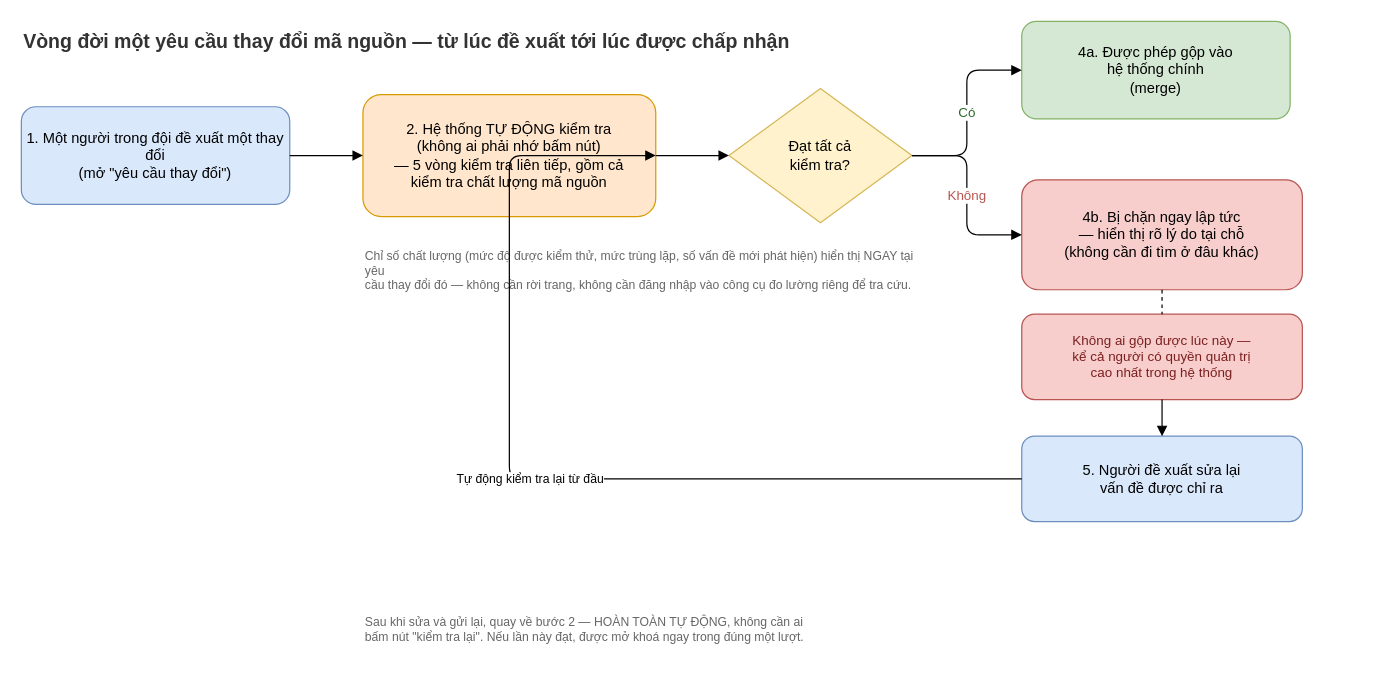
Earlier version of the draw.io diagram docs/diagrams/013-quality-gate-flow-nghiep-vu.drawio (nmhieuit/ecommerce). Source tidied: cells renumbered, new cells numbered last; positions are measured from the earlier drawing's top-left corner, leaving out a move shared by most shapes. Both pictures are drawn from the tidied source at 122%, with x=0, y=0 at pixel (21, 21).
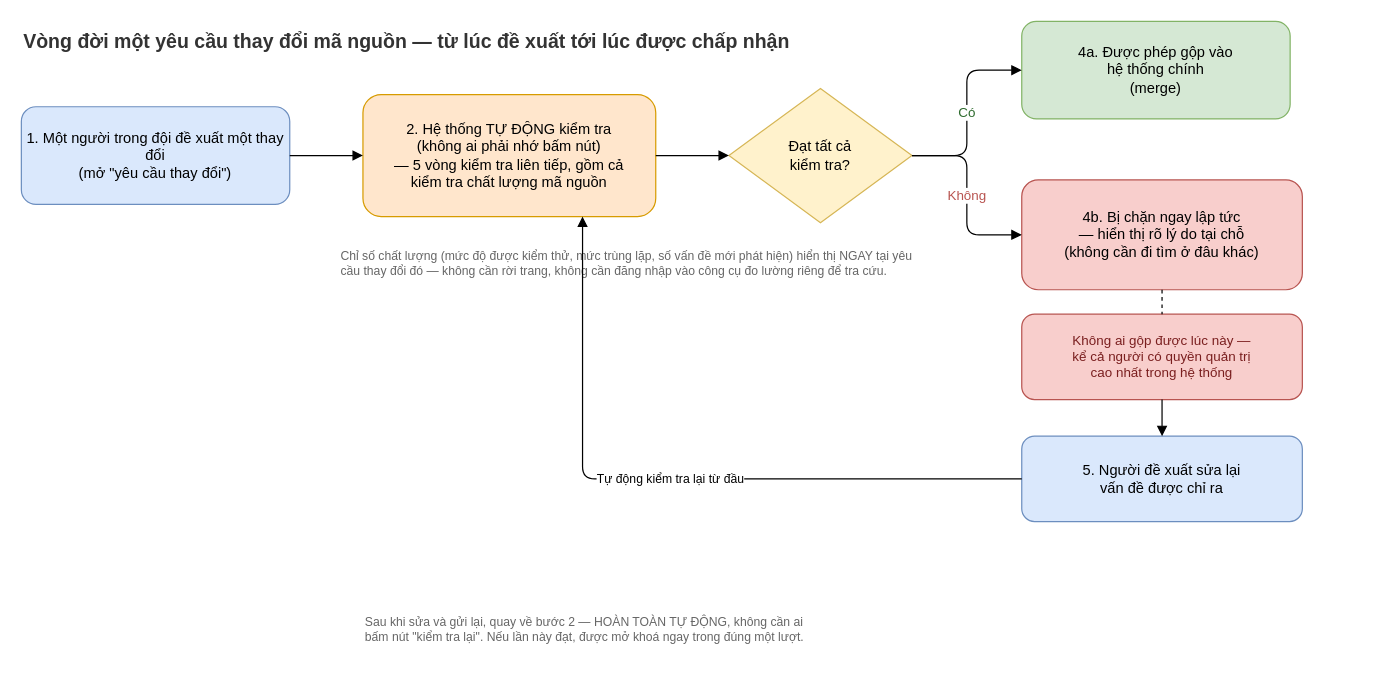
The same diagram, later.

Unchanged cells that the change refers to:
```xml
<mxCell id="4" value="2. Hệ thống TỰ ĐỘNG kiểm tra&#10;(không ai phải nhớ bấm nút)&#10;— 5 vòng kiểm tra liên tiếp, gồm cả&#10;kiểm tra chất lượng mã nguồn" style="rounded=1;whiteSpace=wrap;html=1;fillColor=#ffe6cc;strokeColor=#d79b00;fontSize=12;" parent="1" vertex="1">
  <mxGeometry x="280" y="60" width="240" height="100" as="geometry" />
</mxCell>
<mxCell id="9" value="5. Người đề xuất sửa lại&#10;vấn đề được chỉ ra" style="rounded=1;whiteSpace=wrap;html=1;fillColor=#dae8fc;strokeColor=#6c8ebf;fontSize=12;" parent="1" vertex="1">
  <mxGeometry x="820" y="340" width="230" height="70" as="geometry" />
</mxCell>
```

The edit, as a diff of the source:
```diff
@@
     <mxCell id="10" value="Chỉ số chất lượng (mức độ được kiểm thử, mức trùng lặp, số vấn đề mới phát hiện) hiển thị NGAY tại yêu&#10;cầu thay đổi đó — không cần rời trang, không cần đăng nhập vào công cụ đo lường riêng để tra cứu." style="text;html=1;fontSize=10;fontColor=#666666;whiteSpace=wrap;align=left;" parent="1" vertex="1">
-      <mxGeometry x="280" y="180" width="470" height="40" as="geometry" />
+      <mxGeometry x="260" y="180" width="490" height="40" as="geometry" />
     </mxCell>
@@
-    <mxCell id="18" value="Tự động kiểm tra lại từ đầu" style="edgeStyle=orthogonalEdgeStyle;html=1;endArrow=block;fontSize=10;exitX=0;exitY=0.5;entryX=1;entryY=0.5;" parent="1" edge="1" source="9" target="4">
+    <mxCell id="18" value="Tự động kiểm tra lại từ đầu" style="edgeStyle=orthogonalEdgeStyle;html=1;endArrow=block;fontSize=10;exitX=0;exitY=0.5;entryX=0.75;entryY=1;entryDx=0;entryDy=0;" parent="1" edge="1" source="9" target="4">
       <mxGeometry relative="1" as="geometry">
         <Array as="points">
-          <mxPoint x="400" y="375" />
+          <mxPoint x="460" y="375" />
         </Array>
       </mxGeometry>
     </mxCell>
```
